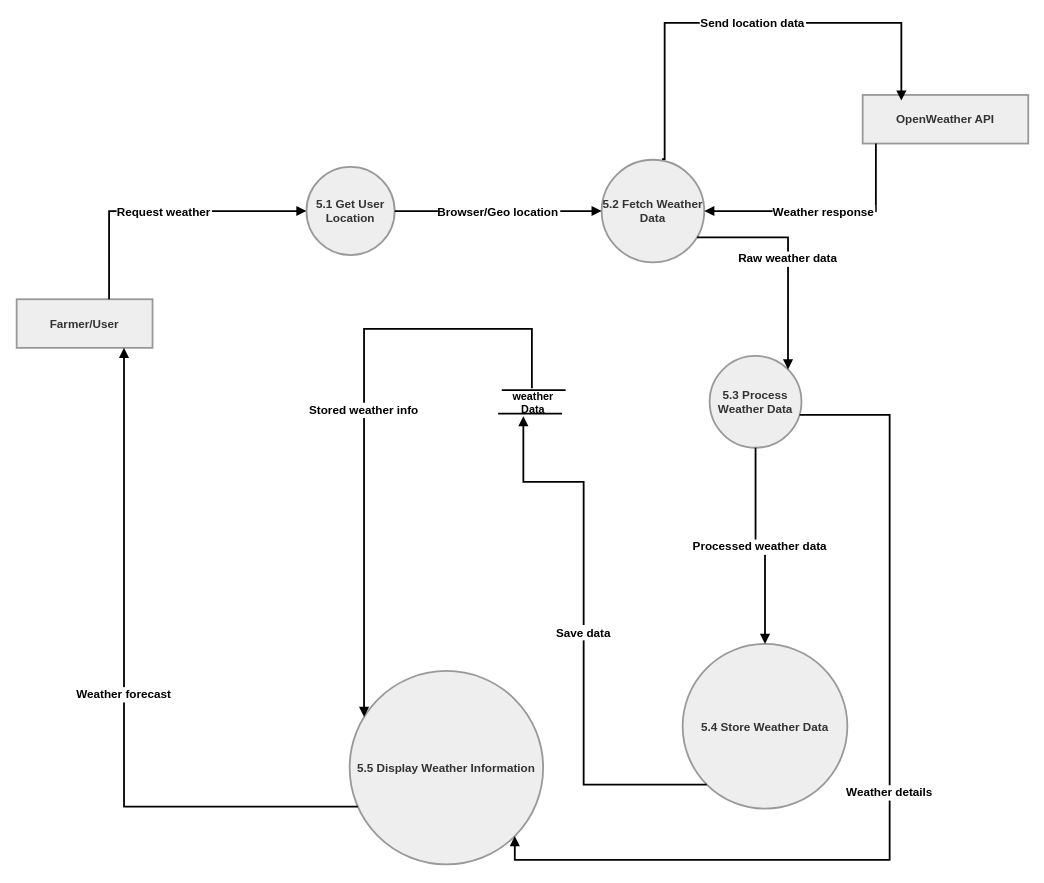
Earlier version of the draw.io diagram Weather Information System (Level 2 DFD).drawio (bidur7745/Drawio-Files). Source tidied: cells renumbered, new cells numbered last; positions are measured from the earlier drawing's top-left corner, leaving out a move shared by most shapes. Both pictures are drawn from the tidied source at 90%, with x=0, y=0 at pixel (16, 22).
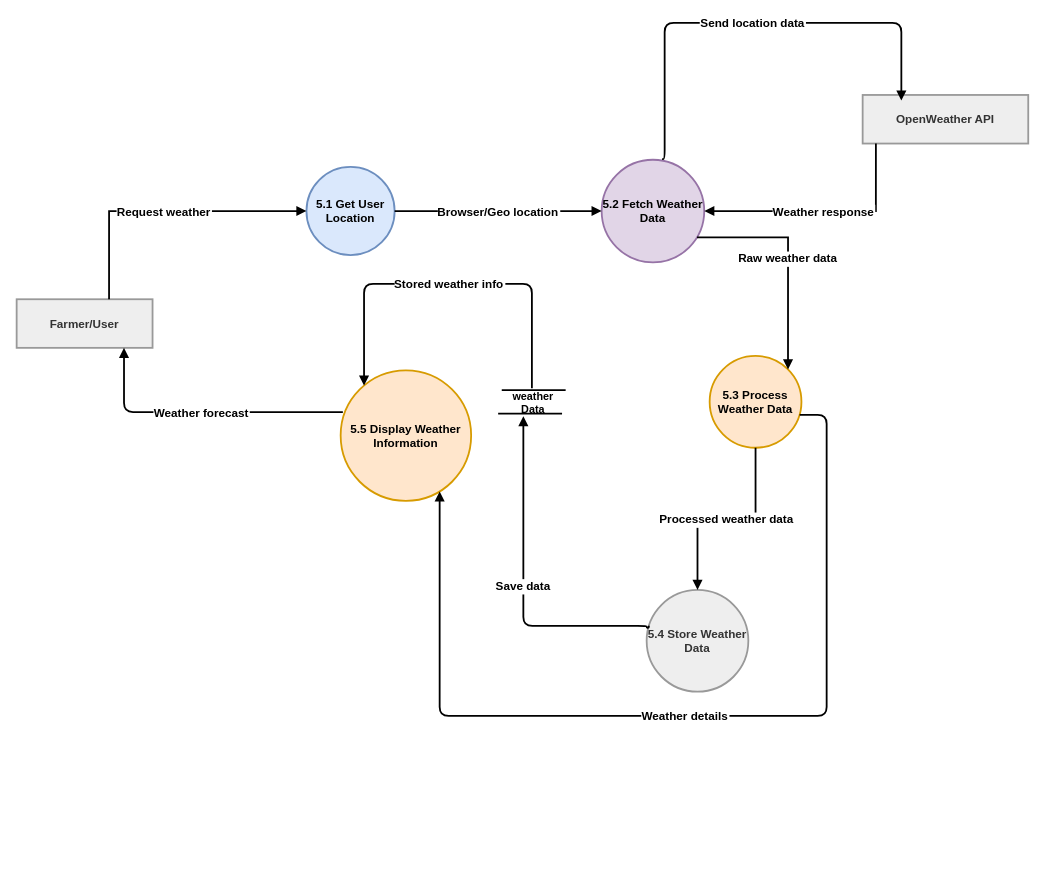
The same diagram, later.

The change refers to these unchanged cells:
```xml
<mxCell id="2" value="Farmer/User" style="whiteSpace=wrap;strokeWidth=2;fillColor=light-dark(#eeeeee,#1f2020);strokeColor=light-dark(#999999,#cccccc);fontColor=light-dark(#333333,#cccccc);fontSize=13;fontStyle=1;" parent="1" vertex="1">
  <mxGeometry y="307" width="151" height="54" as="geometry" />
</mxCell>
<mxCell id="23" style="text;html=1;whiteSpace=wrap;strokeColor=none;fillColor=none;align=center;verticalAlign=middle;rounded=0;strokeWidth=2;fontStyle=1;fontSize=12;" parent="20" vertex="1">
  <mxGeometry x="-2.5" y="-2" width="80" height="30" as="geometry" />
</mxCell>
<mxCell id="24" value="&lt;b&gt;weather Data&lt;/b&gt;" style="text;html=1;whiteSpace=wrap;strokeColor=none;fillColor=none;align=center;verticalAlign=middle;rounded=0;" parent="20" vertex="1">
  <mxGeometry x="8.7" y="-1" width="60" height="30" as="geometry" />
</mxCell>
```

Change to the diagram source:
```diff
@@
-    <mxCell id="4" value="5.1 Get User Location" style="ellipse;strokeWidth=2;whiteSpace=wrap;fillColor=light-dark(#eeeeee,#1f2020);strokeColor=light-dark(#999999,#cccccc);fontColor=light-dark(#333333,#cccccc);fontSize=13;fontStyle=1;" parent="1" vertex="1">
+    <mxCell id="4" value="5.1 Get User Location" style="ellipse;strokeWidth=2;whiteSpace=wrap;fillColor=#dae8fc;strokeColor=#6c8ebf;fontSize=13;fontStyle=1;" parent="1" vertex="1">
       <mxGeometry x="322" y="160" width="98" height="98" as="geometry" />
     </mxCell>
-    <mxCell id="5" value="5.2 Fetch Weather Data" style="ellipse;strokeWidth=2;whiteSpace=wrap;fillColor=light-dark(#eeeeee,#1f2020);strokeColor=light-dark(#999999,#cccccc);fontColor=light-dark(#333333,#cccccc);fontSize=13;fontStyle=1;" parent="1" vertex="1">
+    <mxCell id="5" value="5.2 Fetch Weather Data" style="ellipse;strokeWidth=2;whiteSpace=wrap;fillColor=#e1d5e7;strokeColor=#9673a6;fontSize=13;fontStyle=1;" parent="1" vertex="1">
       <mxGeometry x="650" y="152" width="114" height="114" as="geometry" />
     </mxCell>
-    <mxCell id="6" value="5.3 Process Weather Data" style="ellipse;strokeWidth=2;whiteSpace=wrap;fillColor=light-dark(#eeeeee,#1f2020);strokeColor=light-dark(#999999,#cccccc);fontColor=light-dark(#333333,#cccccc);fontSize=13;fontStyle=1;" parent="1" vertex="1">
+    <mxCell id="6" value="5.3 Process Weather Data" style="ellipse;strokeWidth=2;whiteSpace=wrap;fillColor=#ffe6cc;strokeColor=#d79b00;fontSize=13;fontStyle=1;" parent="1" vertex="1">
       <mxGeometry x="770" y="370" width="102" height="102" as="geometry" />
     </mxCell>
     <mxCell id="7" value="5.4 Store Weather Data" style="ellipse;strokeWidth=2;whiteSpace=wrap;fillColor=light-dark(#eeeeee,#1f2020);strokeColor=light-dark(#999999,#cccccc);fontColor=light-dark(#333333,#cccccc);fontSize=13;fontStyle=1;" parent="1" vertex="1">
-      <mxGeometry x="740" y="690" width="183" height="183" as="geometry" />
+      <mxGeometry x="700" y="630" width="113" height="113" as="geometry" />
     </mxCell>
-    <mxCell id="8" value="5.5 Display Weather Information" style="ellipse;strokeWidth=2;whiteSpace=wrap;fillColor=light-dark(#eeeeee,#1f2020);strokeColor=light-dark(#999999,#cccccc);fontColor=light-dark(#333333,#cccccc);fontSize=13;fontStyle=1;" parent="1" vertex="1">
-      <mxGeometry x="370" y="720" width="215" height="215" as="geometry" />
+    <mxCell id="8" value="5.5 Display Weather Information" style="ellipse;strokeWidth=2;whiteSpace=wrap;fillColor=#ffe6cc;strokeColor=#d79b00;fontSize=13;fontStyle=1;" parent="1" vertex="1">
+      <mxGeometry x="360" y="386" width="145" height="145" as="geometry" />
     </mxCell>
@@
-    <mxCell id="11" value="Send location data" style="startArrow=none;endArrow=block;exitX=0.589;exitY=-0.007;entryX=0;entryY=0.3;rounded=0;strokeWidth=2;fontSize=13;fontStyle=1;edgeStyle=orthogonalEdgeStyle;exitDx=0;exitDy=0;exitPerimeter=0;" parent="1" edge="1" source="5">
+    <mxCell id="11" value="Send location data" style="startArrow=none;endArrow=block;exitX=0.589;exitY=-0.007;entryX=0;entryY=0.3;rounded=1;strokeWidth=2;fontSize=13;fontStyle=1;edgeStyle=orthogonalEdgeStyle;exitDx=0;exitDy=0;exitPerimeter=0;curved=0;" parent="1" edge="1" source="5">
       <mxGeometry relative="1" as="geometry">
         <mxPoint x="983" y="86.2" as="targetPoint" />
         <Array as="points">
           <mxPoint x="720" y="151" />
           <mxPoint x="720" />
           <mxPoint x="983" />
         </Array>
       </mxGeometry>
     </mxCell>
@@
-    <mxCell id="15" value="Save data" style="startArrow=none;endArrow=block;exitX=0;exitY=1;rounded=0;strokeWidth=2;fontSize=13;fontStyle=1;exitDx=0;exitDy=0;edgeStyle=orthogonalEdgeStyle;" parent="1" edge="1" source="7" target="24">
+    <mxCell id="15" value="Save data" style="startArrow=none;endArrow=block;exitX=0.021;exitY=0.353;rounded=1;strokeWidth=2;fontSize=13;fontStyle=1;exitDx=0;exitDy=0;edgeStyle=orthogonalEdgeStyle;exitPerimeter=0;curved=0;" parent="1" edge="1" source="7" target="24">
       <mxGeometry relative="1" as="geometry">
         <Array as="points">
-          <mxPoint x="630" y="846" />
-          <mxPoint x="630" y="510" />
-          <mxPoint x="563" y="510" />
+          <mxPoint x="702" y="672" />
+          <mxPoint x="700" y="672" />
+          <mxPoint x="700" y="670" />
+          <mxPoint x="563" y="670" />
         </Array>
       </mxGeometry>
     </mxCell>
-    <mxCell id="16" value="Stored weather info" style="startArrow=none;endArrow=block;entryX=0;entryY=0.19;rounded=0;strokeWidth=2;fontSize=13;fontStyle=1;edgeStyle=orthogonalEdgeStyle;exitX=0.5;exitY=0;exitDx=0;exitDy=0;" parent="1" edge="1" source="23" target="8">
+    <mxCell id="16" value="Stored weather info" style="startArrow=none;endArrow=block;rounded=1;strokeWidth=2;fontSize=13;fontStyle=1;edgeStyle=orthogonalEdgeStyle;exitX=0.5;exitY=0;exitDx=0;exitDy=0;curved=0;" parent="1" edge="1" source="23" target="8">
       <mxGeometry relative="1" as="geometry">
         <Array as="points">
-          <mxPoint x="573" y="340" />
-          <mxPoint x="386" y="340" />
+          <mxPoint x="573" y="290" />
+          <mxPoint x="386" y="290" />
         </Array>
       </mxGeometry>
     </mxCell>
-    <mxCell id="17" value="Weather details" style="startArrow=none;endArrow=block;exitX=1;exitY=0.65;entryX=1;entryY=1;rounded=0;strokeWidth=2;fontSize=13;fontStyle=1;edgeStyle=orthogonalEdgeStyle;entryDx=0;entryDy=0;" parent="1" edge="1" source="6" target="8">
+    <mxCell id="17" value="Weather details" style="startArrow=none;endArrow=block;exitX=1;exitY=0.65;rounded=1;strokeWidth=2;fontSize=13;fontStyle=1;edgeStyle=orthogonalEdgeStyle;curved=0;" parent="1" edge="1" source="6" target="8">
       <mxGeometry relative="1" as="geometry">
         <Array as="points">
-          <mxPoint x="970" y="436" />
-          <mxPoint x="970" y="930" />
-          <mxPoint x="554" y="930" />
+          <mxPoint x="900" y="436" />
+          <mxPoint x="900" y="770" />
+          <mxPoint x="470" y="770" />
         </Array>
       </mxGeometry>
     </mxCell>
-    <mxCell id="18" value="Weather forecast" style="startArrow=none;endArrow=block;exitX=0;exitY=0.72;entryX=0.79;entryY=1;rounded=0;strokeWidth=2;fontSize=13;fontStyle=1;edgeStyle=orthogonalEdgeStyle;" parent="1" edge="1" source="8" target="2">
+    <mxCell id="18" value="Weather forecast" style="startArrow=none;endArrow=block;exitX=0.017;exitY=0.32;entryX=0.79;entryY=1;rounded=1;strokeWidth=2;fontSize=13;fontStyle=1;edgeStyle=orthogonalEdgeStyle;exitDx=0;exitDy=0;exitPerimeter=0;curved=0;" parent="1" edge="1" source="8" target="2">
       <mxGeometry relative="1" as="geometry" />
     </mxCell>
```
